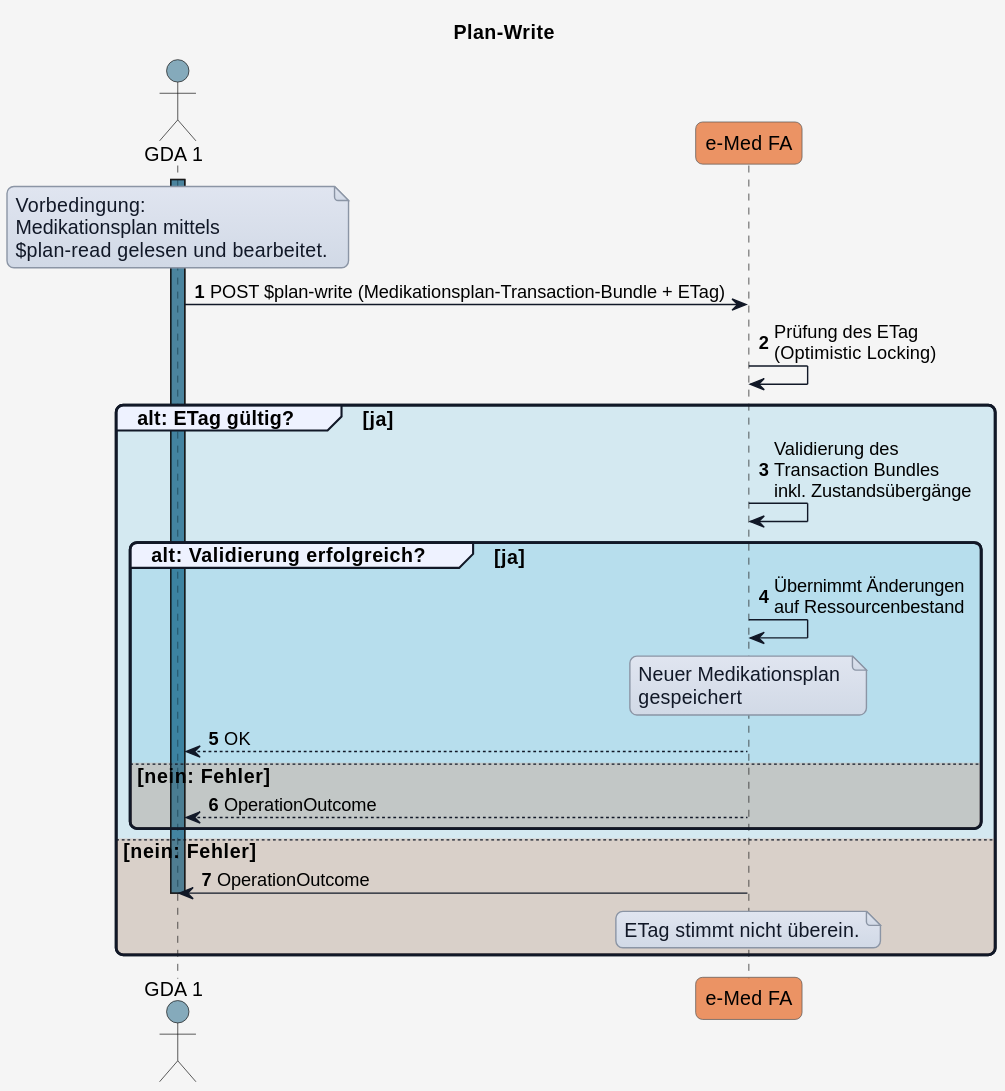
This is r4-ELGA-e-Medikation-main/plantuml/UC_eMed_02_01.svg from HL7Austria/hl7austria.github.io, a PlantUML export, as it was before one commit. The source it was exported from:
```plantuml
@startuml
title Plan-Write


skinparam borderColor #000000
skinparam backgroundColor #f5f5f5
skinparam shadowing false
skinparam roundCorner 10
skinparam defaultFontName "Arial"
skinparam defaultFontSize 14
skinparam defaultFontColor #000000
skinparam HyperlinkColor #0000EE
skinparam HyperlinkUnderline false
skinparam BoxPadding 20
skinparam BoxBorderColor #555555

skinparam note {
  BackgroundColor #e0e5f0-#d1d9e6
  BorderColor #8b95a5
  BorderThickness 1
  RoundCorner 0
  Padding 6
  FontColor #111827
  Shadowing false
}

skinparam sequence {
  ParticipantBorderColor #555555
  ParticipantBackgroundColor #ffffff
  ParticipantFontColor #000000
  ParticipantFontSize 14
  ParticipantPadding 20
  ArrowColor #111827
  ArrowThickness 1
  ArrowFontColor #000000
  ArrowFontSize 13
  GroupBorderColor #111827
  GroupBackgroundColor #eef2ff
  GroupBorderThickness 2
}

!define COLOR_GDA_1    #15608280
!define COLOR_GDA_2    #96607D80
!define COLOR_PATIENT  #196B2480
!define COLOR_APO      #0F9ED590
!define COLOR_EMED_FA  #e97232bd
!define COLOR_E_REZEPT #cd3732a9

!define COLOR_OK       #0F9ED525
!define COLOR_ERROR    #E9713235

actor GDA_1 as "GDA 1" COLOR_GDA_1
participant eMed_FA as "e-Med FA" COLOR_EMED_FA


autonumber

activate GDA_1 COLOR_GDA_1

note over GDA_1
Vorbedingung:
Medikationsplan mittels
$plan-read gelesen und bearbeitet.
end note

GDA_1 -> eMed_FA: POST $plan-write (Medikationsplan-Transaction-Bundle + ETag)

eMed_FA -> eMed_FA: Prüfung des ETag\n(Optimistic Locking)

group COLOR_OK alt: ETag gültig? [ja]

  eMed_FA -> eMed_FA: Validierung des\nTransaction Bundles\ninkl. Zustandsübergänge

  group COLOR_OK alt: Validierung erfolgreich? [ja]

    eMed_FA -> eMed_FA: Übernimmt Änderungen\nauf Ressourcenbestand

    note over eMed_FA
    Neuer Medikationsplan
    gespeichert
    end note

    eMed_FA --> GDA_1: OK

  else COLOR_ERROR nein: Fehler

   eMed_FA --> GDA_1: OperationOutcome

   end

else COLOR_ERROR nein: Fehler

  eMed_FA -> GDA_1: OperationOutcome

    note over eMed_FA
    ETag stimmt nicht überein.
    end note

  deactivate GDA_1
  deactivate eMed_FA
end
@enduml
```
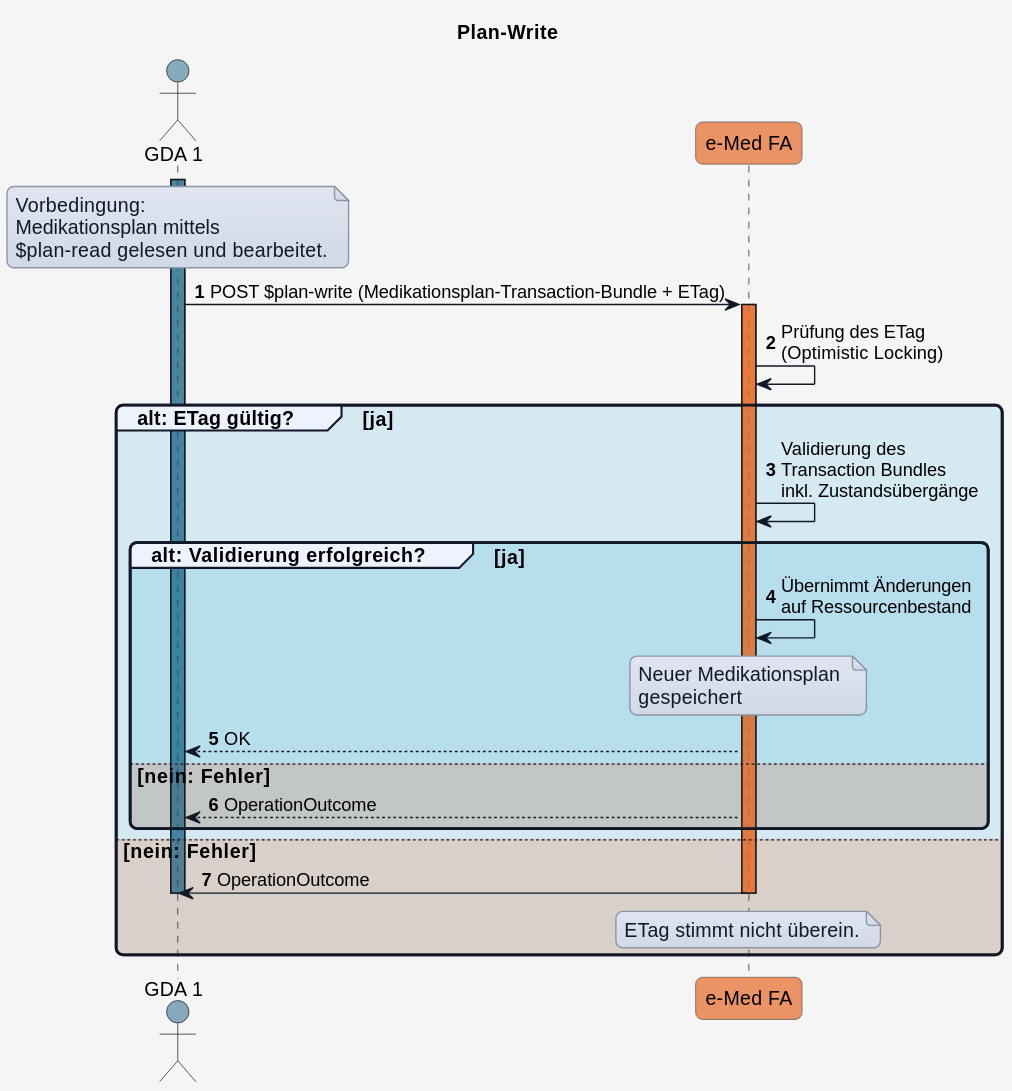
After the commit.

What changed in the source:
```diff
@@ -64,6 +64,7 @@
 end note
 
 GDA_1 -> eMed_FA: POST $plan-write (Medikationsplan-Transaction-Bundle + ETag)
+activate eMed_FA COLOR_EMED_FA
 
 eMed_FA -> eMed_FA: Prüfung des ETag\n(Optimistic Locking)
 
```
